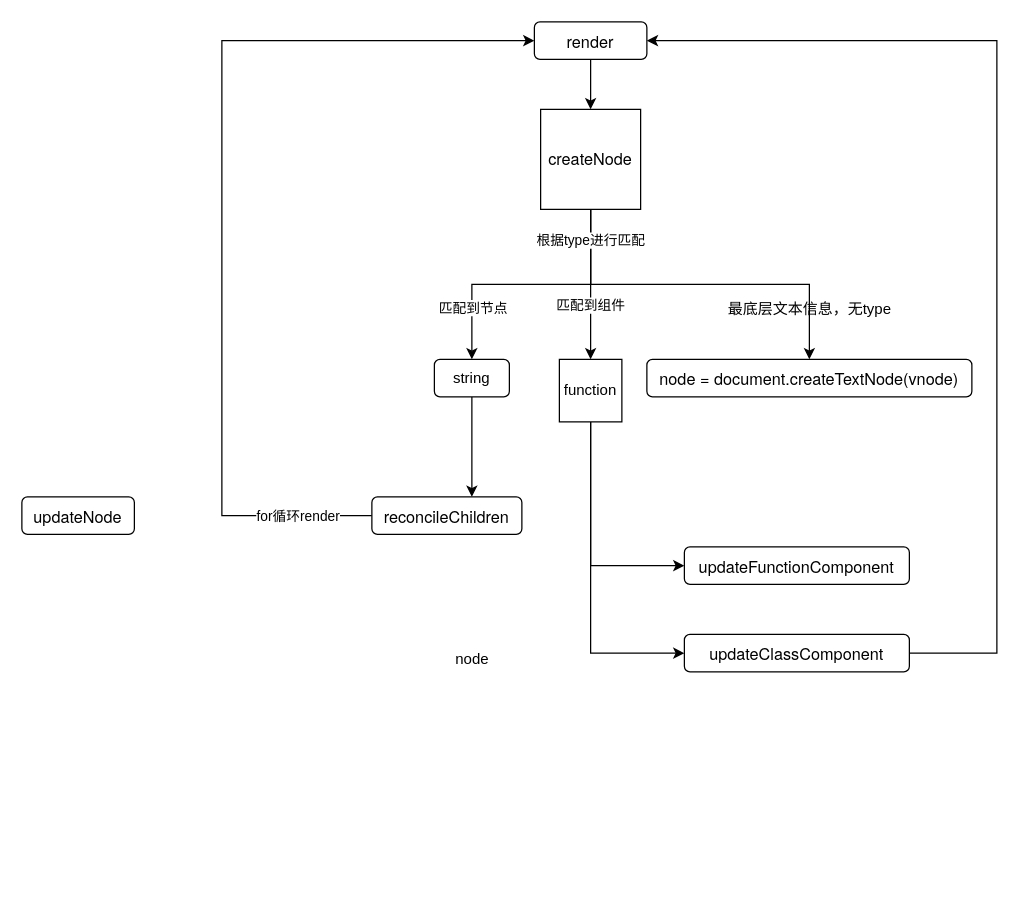
Earlier version of the draw.io diagram Untitled Diagram.drawio (18257340943/draws). Source tidied: cells renumbered, new cells numbered last; positions are measured from the earlier drawing's top-left corner, leaving out a move shared by most shapes. Both pictures are drawn from the tidied source at 125%, with x=0, y=0 at pixel (21, 21).
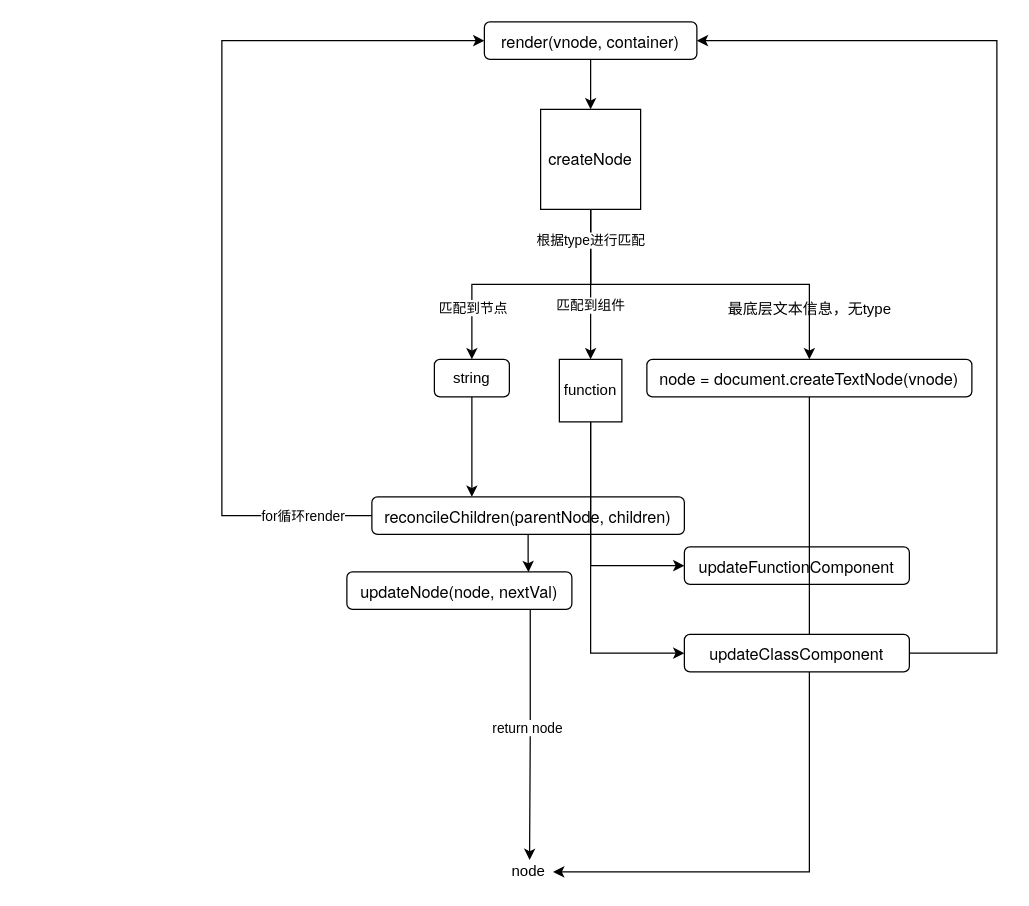
After the change.

Commit message:
完整版react-dom

Unchanged cells that the change refers to:
```xml
<mxCell id="21" value="&lt;p class=&quot;p1&quot; style=&quot;margin: 0px ; font-stretch: normal ; font-size: 13px ; line-height: normal ; font-family: &amp;quot;helvetica neue&amp;quot;&quot;&gt;node = document.createTextNode(vnode)&lt;/p&gt;" style="rounded=1;whiteSpace=wrap;html=1;fontColor=default;strokeColor=default;fillColor=default;" parent="1" vertex="1">
  <mxGeometry x="500" y="270" width="260" height="30" as="geometry" />
</mxCell>
```

What changed in the source:
```diff
@@
-    <mxCell id="3" value="&lt;p class=&quot;p1&quot; style=&quot;margin: 0px ; font-stretch: normal ; font-size: 13px ; line-height: normal ; font-family: &amp;quot;helvetica neue&amp;quot;&quot;&gt;render&lt;/p&gt;" style="rounded=1;whiteSpace=wrap;html=1;fontColor=default;strokeColor=default;fillColor=default;" parent="1" vertex="1">
-      <mxGeometry x="410" width="90" height="30" as="geometry" />
+    <mxCell id="3" value="&lt;p class=&quot;p1&quot; style=&quot;margin: 0px ; font-stretch: normal ; font-size: 13px ; line-height: normal ; font-family: &amp;quot;helvetica neue&amp;quot;&quot;&gt;render&lt;span style=&quot;font-family: &amp;quot;helvetica neue&amp;quot;&quot;&gt;(vnode, container)&lt;/span&gt;&lt;/p&gt;" style="rounded=1;whiteSpace=wrap;html=1;fontColor=default;strokeColor=default;fillColor=default;" parent="1" vertex="1">
+      <mxGeometry x="370" width="170" height="30" as="geometry" />
     </mxCell>
@@
+    <mxCell id="26" style="edgeStyle=orthogonalEdgeStyle;rounded=0;jettySize=auto;html=1;entryX=0.807;entryY=0.007;entryDx=0;entryDy=0;entryPerimeter=0;labelBackgroundColor=default;fontColor=default;strokeColor=default;" parent="1" edge="1" source="6" target="7">
+      <mxGeometry relative="1" as="geometry" />
+    </mxCell>
-    <mxCell id="6" value="&lt;p class=&quot;p1&quot; style=&quot;margin: 0px ; font-stretch: normal ; font-size: 13px ; line-height: normal ; font-family: &amp;quot;helvetica neue&amp;quot;&quot;&gt;reconcileChildren&lt;/p&gt;" style="rounded=1;whiteSpace=wrap;html=1;fontColor=default;strokeColor=default;fillColor=default;" parent="1" vertex="1">
-      <mxGeometry x="280" y="380" width="120" height="30" as="geometry" />
+    <mxCell id="6" value="&lt;p class=&quot;p1&quot; style=&quot;margin: 0px ; font-stretch: normal ; font-size: 13px ; line-height: normal ; font-family: &amp;quot;helvetica neue&amp;quot;&quot;&gt;reconcileChildren(parentNode, children)&lt;/p&gt;" style="rounded=1;whiteSpace=wrap;html=1;fontColor=default;strokeColor=default;fillColor=default;" parent="1" vertex="1">
+      <mxGeometry x="280" y="380" width="250" height="30" as="geometry" />
     </mxCell>
+    <mxCell id="27" style="edgeStyle=orthogonalEdgeStyle;rounded=0;jettySize=auto;html=1;entryX=0.529;entryY=0.021;entryDx=0;entryDy=0;entryPerimeter=0;labelBackgroundColor=default;fontColor=default;strokeColor=default;exitX=0.815;exitY=0.995;exitDx=0;exitDy=0;exitPerimeter=0;" parent="1" edge="1" source="7" target="24">
+      <mxGeometry relative="1" as="geometry" />
+    </mxCell>
+    <mxCell id="28" value="return node&amp;nbsp;" style="edgeLabel;html=1;align=center;verticalAlign=middle;fontColor=default;" parent="27" vertex="1">
+      <mxGeometry x="-0.06" y="-1" relative="1" as="geometry" />
+    </mxCell>
-    <mxCell id="7" value="&lt;p class=&quot;p1&quot; style=&quot;margin: 0px ; font-stretch: normal ; font-size: 13px ; line-height: normal ; font-family: &amp;quot;helvetica neue&amp;quot;&quot;&gt;updateNode&lt;/p&gt;" style="rounded=1;whiteSpace=wrap;html=1;fontColor=default;strokeColor=default;fillColor=default;" parent="1" vertex="1">
-      <mxGeometry y="380" width="90" height="30" as="geometry" />
+    <mxCell id="7" value="&lt;p class=&quot;p1&quot; style=&quot;margin: 0px ; font-stretch: normal ; font-size: 13px ; line-height: normal ; font-family: &amp;quot;helvetica neue&amp;quot;&quot;&gt;updateNode(node, nextVal)&lt;/p&gt;" style="rounded=1;whiteSpace=wrap;html=1;fontColor=default;strokeColor=default;fillColor=default;" parent="1" vertex="1">
+      <mxGeometry x="260" y="440" width="180" height="30" as="geometry" />
     </mxCell>
@@
+    <mxCell id="29" style="edgeStyle=orthogonalEdgeStyle;rounded=0;jettySize=auto;html=1;labelBackgroundColor=default;fontColor=default;strokeColor=default;" parent="1" edge="1" source="21" target="24">
+      <mxGeometry relative="1" as="geometry">
+        <Array as="points">
+          <mxPoint x="630" y="680" />
+        </Array>
+      </mxGeometry>
+    </mxCell>
@@
     <mxCell id="24" value="node&lt;br&gt;" style="text;html=1;align=center;verticalAlign=middle;points=[];strokeColor=none;fillColor=none;fontColor=default;" parent="1" vertex="1">
-      <mxGeometry x="340" y="500" width="40" height="20" as="geometry" />
+      <mxGeometry x="385" y="670" width="40" height="20" as="geometry" />
     </mxCell>
```
